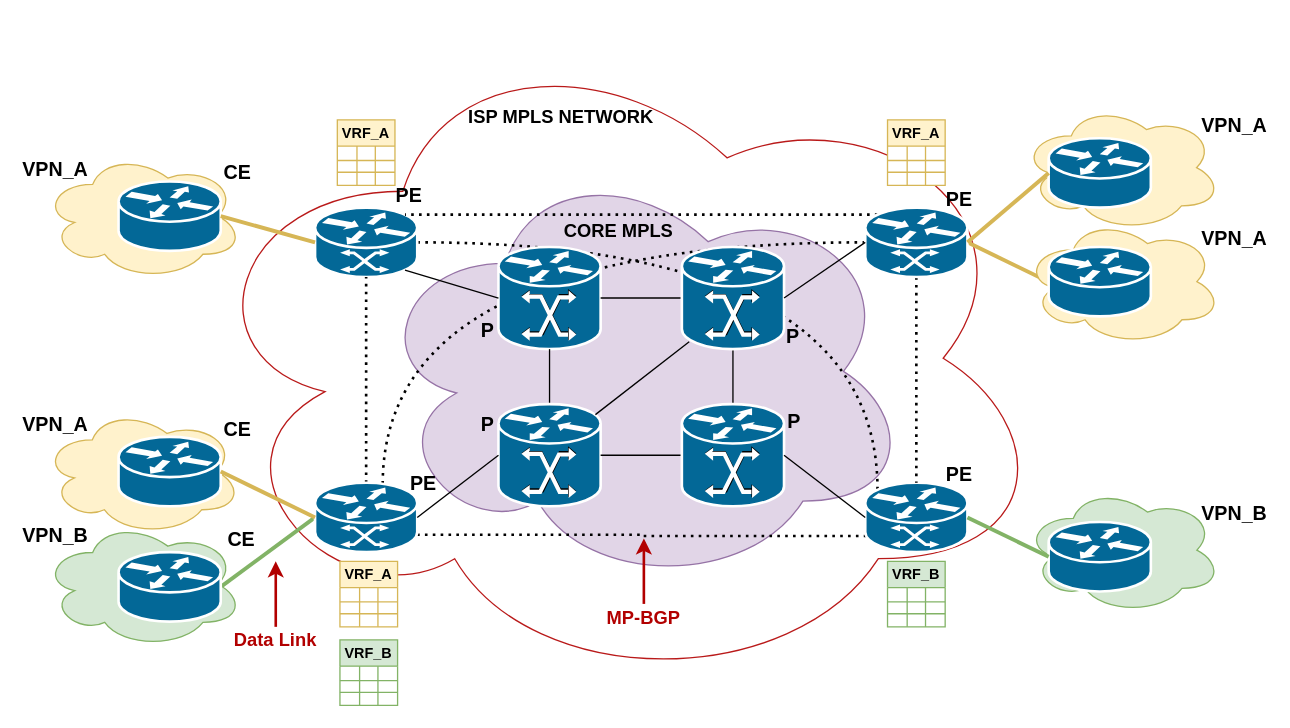
Earlier version of the draw.io diagram Untitled Diagram.drawio (DrXneaky/cron). Source tidied: cells renumbered, new cells numbered last; positions are measured from the earlier drawing's top-left corner, leaving out a move shared by most shapes. Both pictures are drawn from the tidied source at 131%, with x=0, y=0 at pixel (29, 24).
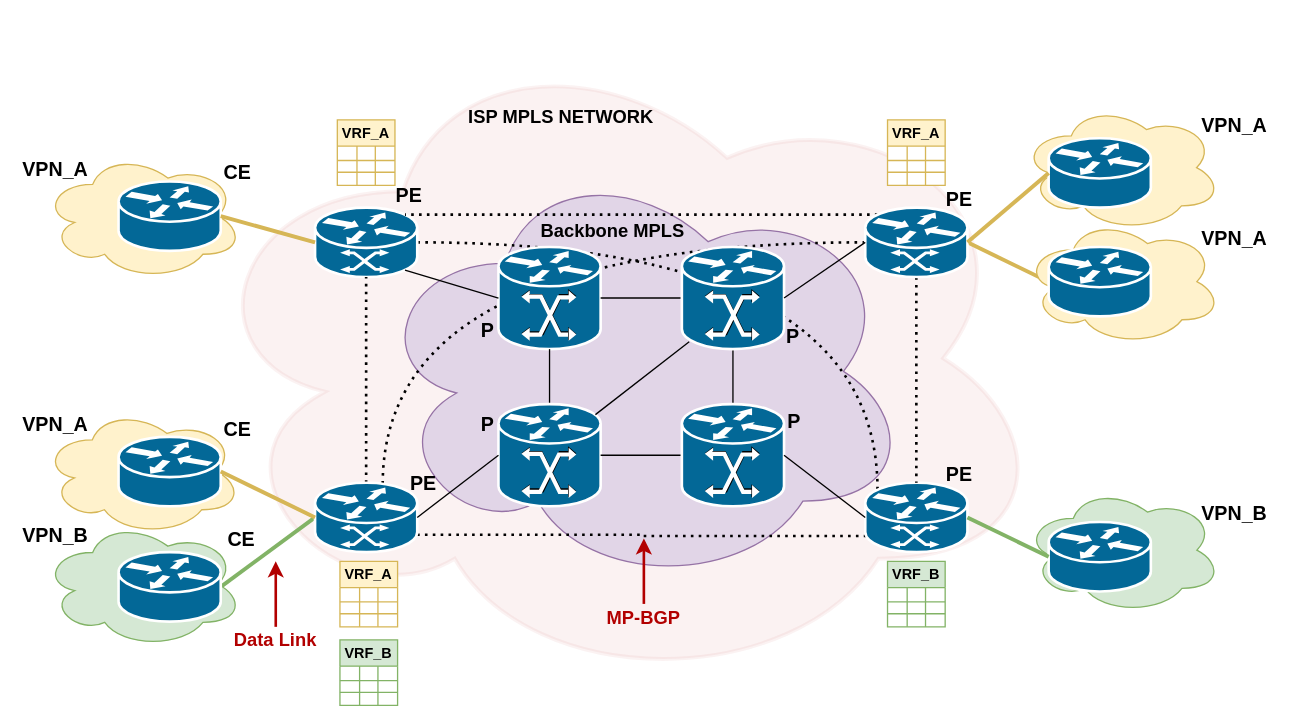
After the change.

Diff of the diagram source:
```diff
@@
-    <mxCell id="2" style="ellipse;shape=cloud;whiteSpace=wrap;html=1;shadow=0;sketch=0;fontFamily=Helvetica;strokeColor=#B20000;gradientDirection=west;opacity=90;fontColor=#ffffff;fillColor=none;" parent="1" vertex="1">
+    <mxCell id="2" style="ellipse;shape=cloud;whiteSpace=wrap;html=1;shadow=0;sketch=0;fontFamily=Helvetica;gradientDirection=west;fontColor=#ffffff;strokeColor=#B20000;fillColor=#B20000;strokeWidth=3;perimeterSpacing=0;opacity=5;" parent="1" vertex="1">
       <mxGeometry x="120" width="660" height="510" as="geometry" />
     </mxCell>
@@
-    <mxCell id="127" value="&lt;font style=&quot;font-size: 14px&quot;&gt;&lt;b&gt;CORE MPLS&lt;/b&gt;&lt;/font&gt;" style="text;html=1;strokeColor=none;fillColor=none;align=center;verticalAlign=middle;whiteSpace=wrap;rounded=0;shadow=0;sketch=0;fontFamily=Helvetica;" parent="1" vertex="1">
-      <mxGeometry x="395" y="148" width="110" height="20" as="geometry" />
+    <mxCell id="127" value="&lt;font style=&quot;font-size: 14px&quot;&gt;&lt;b&gt;Backbone MPLS&lt;/b&gt;&lt;/font&gt;" style="text;html=1;strokeColor=none;fillColor=none;align=center;verticalAlign=middle;whiteSpace=wrap;rounded=0;shadow=0;sketch=0;fontFamily=Helvetica;" parent="1" vertex="1">
+      <mxGeometry x="383" y="148" width="125" height="20" as="geometry" />
     </mxCell>
```
